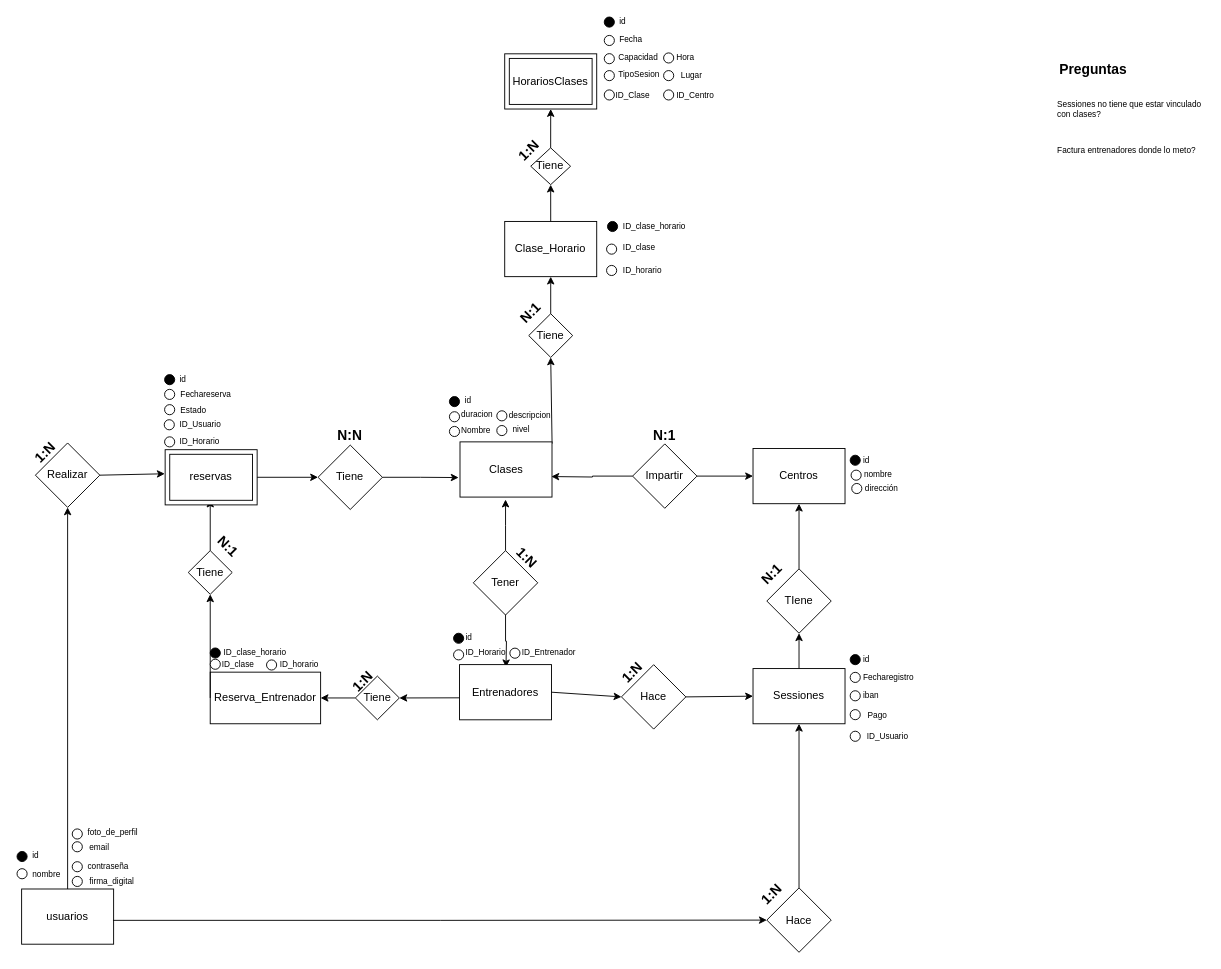
The draw.io diagram TFG.drawio in SamuelPeAg/TFG, before the edit. Source tidied: cells renumbered, new cells numbered last; positions are measured from the earlier drawing's top-left corner, leaving out a move shared by most shapes. Both pictures are drawn from the tidied source at 92%, with x=0, y=0 at pixel (17, 15).
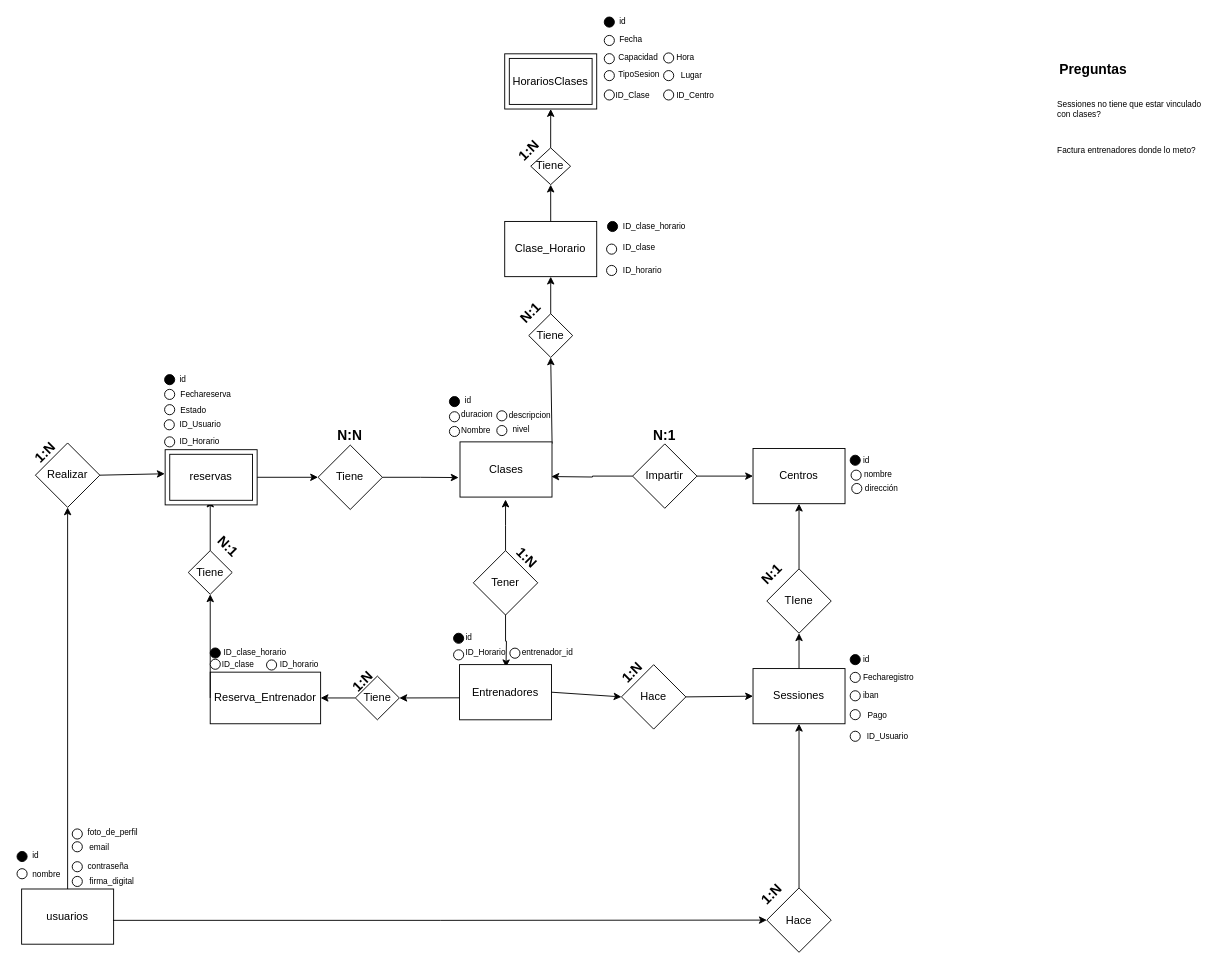
Above is the later version.

The edit, as a diff of the source:
```diff
@@
-    <mxCell id="114" value="ID_Entrenador" style="text;html=1;strokeColor=none;fillColor=none;align=left;verticalAlign=middle;whiteSpace=wrap;rounded=0;fontSize=9;" parent="1" vertex="1">
+    <mxCell id="114" value="entrenador_id" style="text;html=1;strokeColor=none;fillColor=none;align=left;verticalAlign=middle;whiteSpace=wrap;rounded=0;fontSize=9;" parent="1" vertex="1">
       <mxGeometry x="546.7" y="687.2" width="63.5" height="12.5" as="geometry" />
     </mxCell>
```
